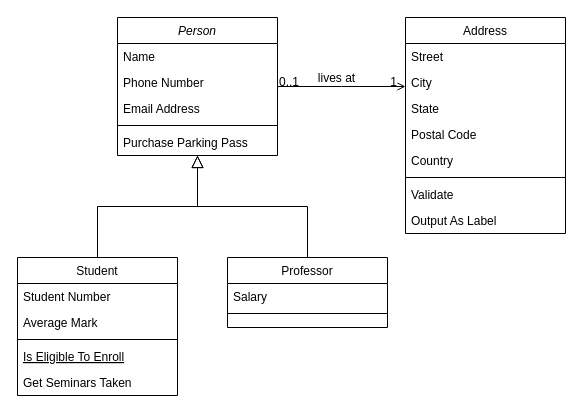
The draw.io diagram Untitled Diagram.drawio in JangGilJin/RWStudy, before the edit. Source tidied: cells renumbered, new cells numbered last; positions are measured from the earlier drawing's top-left corner, leaving out a move shared by most shapes. Both pictures are drawn from the tidied source at 100%, with x=0, y=0 at pixel (17, 17).
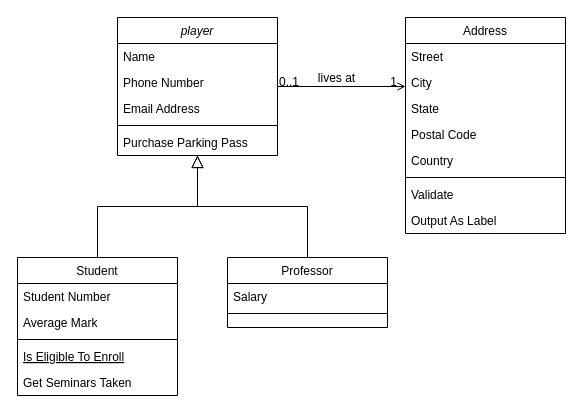
After the change.

Diff of the diagram source:
```diff
@@
-    <mxCell id="2" value="Person" style="swimlane;fontStyle=2;align=center;verticalAlign=top;horizontal=1;startSize=26;rounded=0;shadow=0;strokeWidth=1;" parent="1" vertex="1">
+    <mxCell id="2" value="player" style="swimlane;fontStyle=2;align=center;verticalAlign=top;horizontal=1;startSize=26;rounded=0;shadow=0;strokeWidth=1;" parent="1" vertex="1">
       <mxGeometry x="100" width="160" height="138" as="geometry" />
     </mxCell>
```
